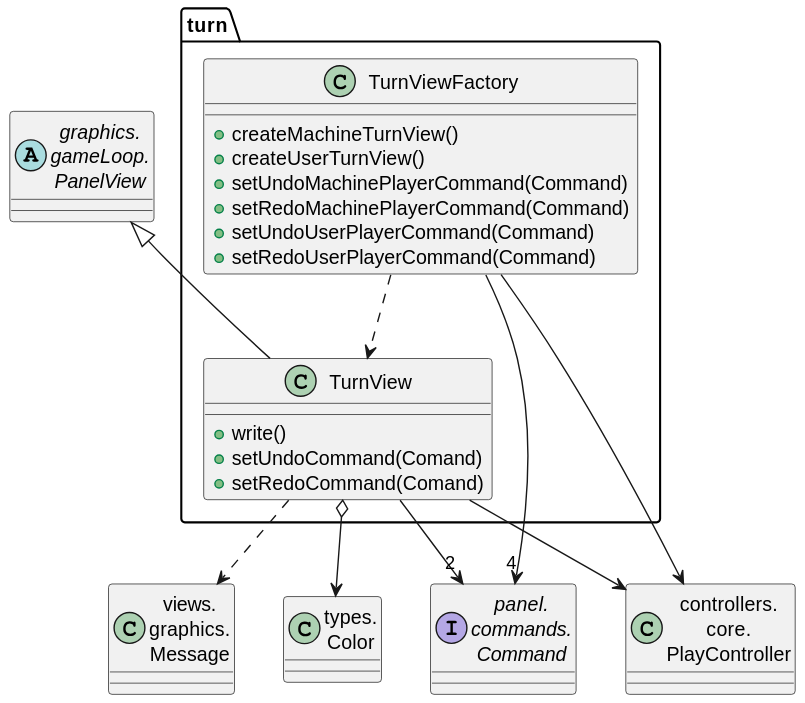
Before: out/connect4/Docs/diagrams/src/packages/connect4.connect4.views.graphics.gameLoop.play.panel.turn/connect4.connect4.views.graphics.play.panel.turn.svg, a diagram exported from PlantUML (js-rom/connect4).
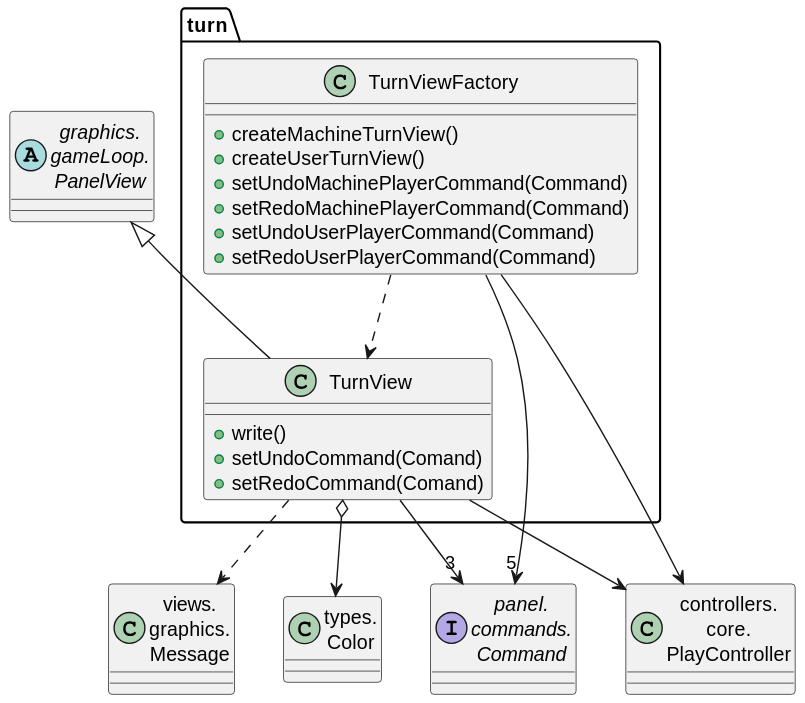
Above is the later version.

Change to the diagram source:
```diff
@@ -21,11 +21,11 @@
 }
 
 TurnView --> PlayController
-TurnView --> "2" Command
+TurnView --> "3" Command
 TurnView o--> Color
 TurnView ..> Message
 PanelView <|-- TurnView
 TurnViewFactory --> PlayController
-TurnViewFactory --> "4"Command
+TurnViewFactory --> "5"Command
 TurnViewFactory..> TurnView
 @enduml
```
